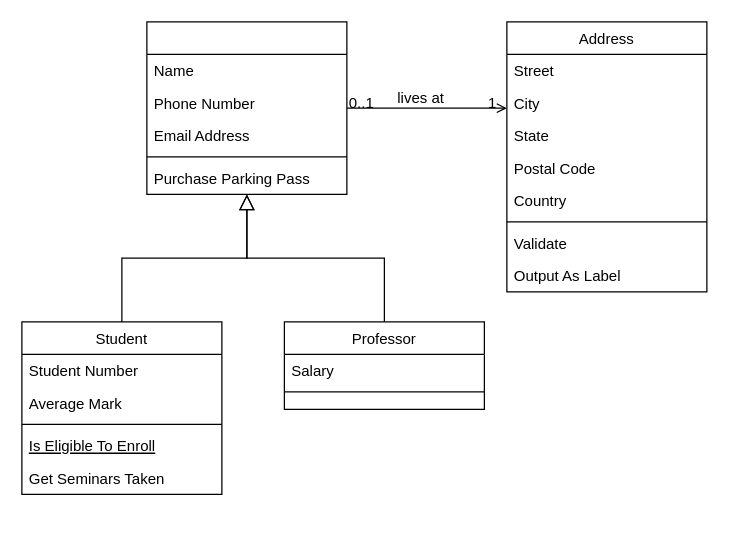
Above: Untitled Diagram.drawio in JoseFredes/vetlover (draw.io), before the change. Source tidied: cells renumbered, new cells numbered last; positions are measured from the earlier drawing's top-left corner, leaving out a move shared by most shapes. Both pictures are drawn from the tidied source at 125%, with x=0, y=0 at pixel (21, 21).
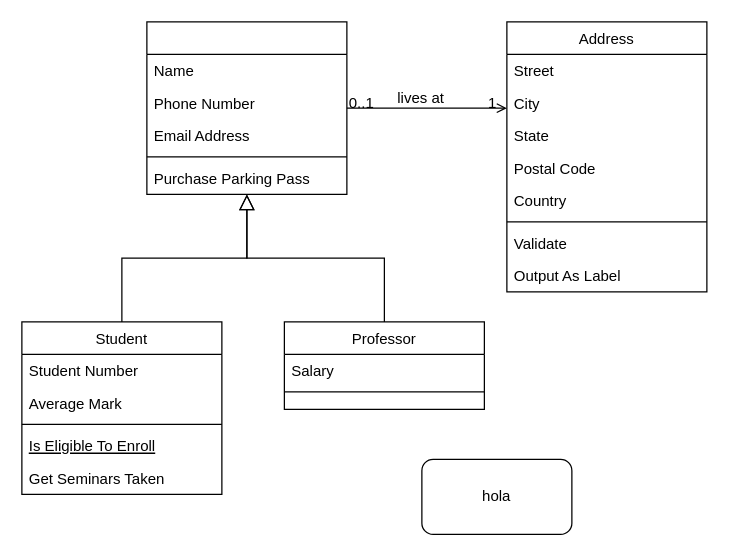
The same page after the edit.

The edit, as a diff of the source:
```diff
@@
+    <mxCell id="32" value="hola" style="rounded=1;whiteSpace=wrap;html=1;" parent="1" vertex="1">
+      <mxGeometry x="320" y="350" width="120" height="60" as="geometry" />
+    </mxCell>
```
